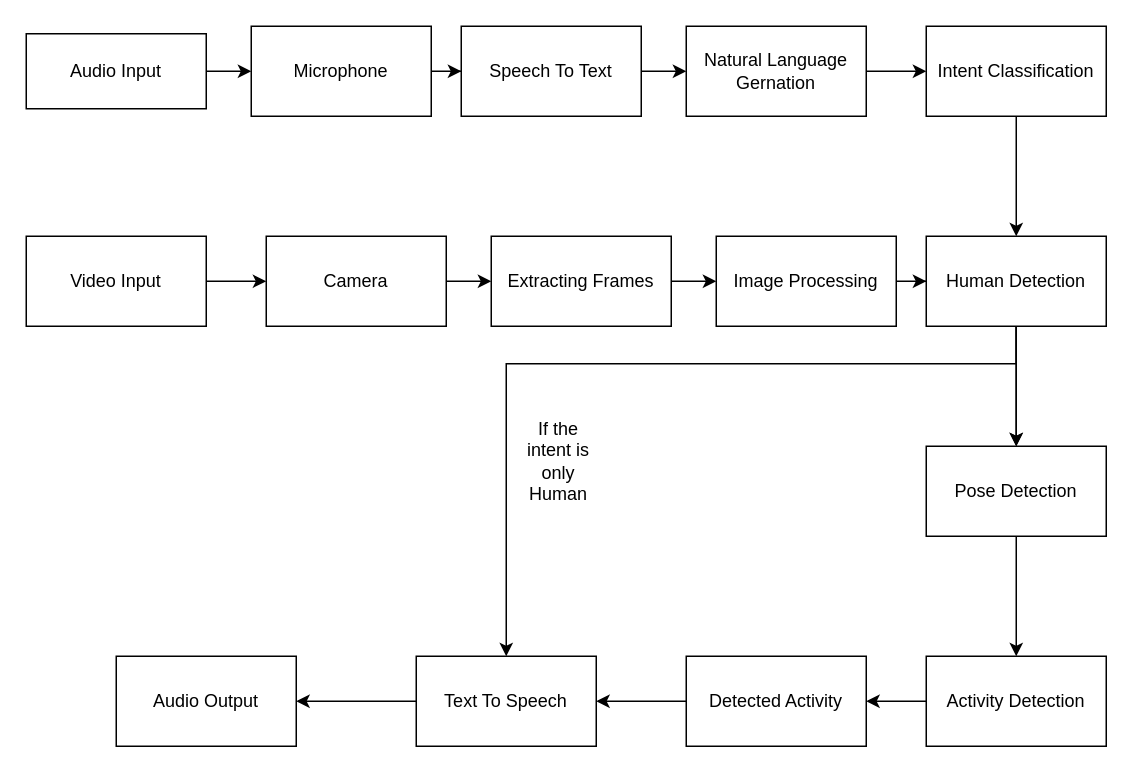
Above: Artecture.drawio in ahmad2001hotmailyahoo/ahmad-arc (draw.io), before the change. Source tidied: cells renumbered, new cells numbered last; positions are measured from the earlier drawing's top-left corner, leaving out a move shared by most shapes. Both pictures are drawn from the tidied source at 150%, with x=0, y=0 at pixel (26, 26).
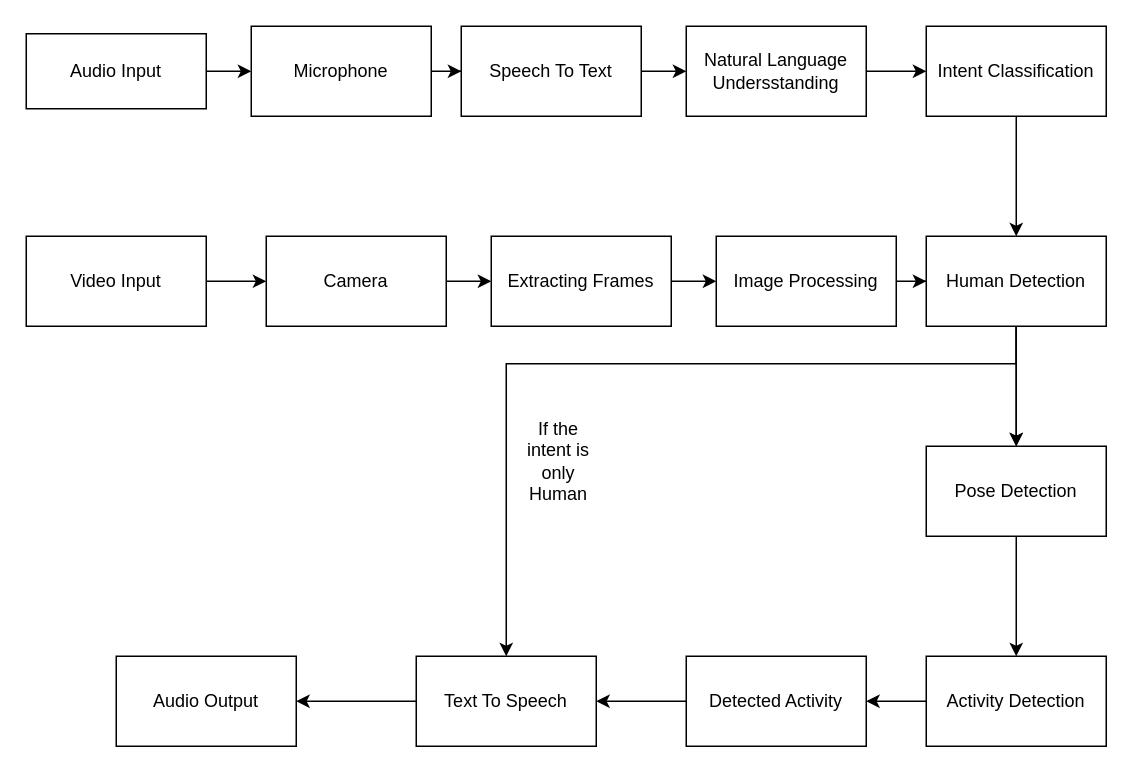
The same diagram, later.

What changed in the source:
```diff
@@
-    <mxCell id="7" value="Natural Language Gernation" style="whiteSpace=wrap;html=1;rounded=0;" parent="1" vertex="1">
+    <mxCell id="7" value="Natural Language Undersstanding" style="whiteSpace=wrap;html=1;rounded=0;" parent="1" vertex="1">
       <mxGeometry x="440" width="120" height="60" as="geometry" />
     </mxCell>
```
